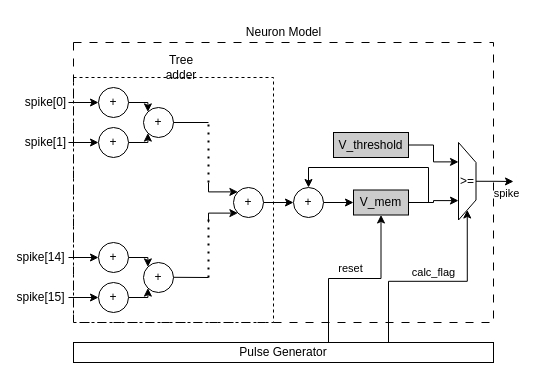
Earlier version of the draw.io diagram single_neuron_network.drawio (AurelieSa/draw_io). Source tidied: cells renumbered, new cells numbered last; positions are measured from the earlier drawing's top-left corner, leaving out a move shared by most shapes. Both pictures are drawn from the tidied source at 100%, with x=0, y=0 at pixel (18, 17).
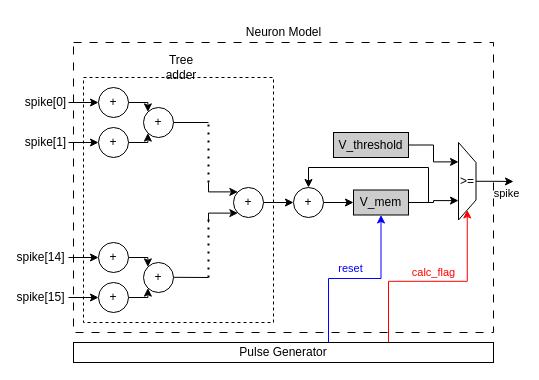
Above is the later version.

The change refers to these unchanged cells:
```xml
<mxCell id="22" value="V_mem" style="rounded=0;whiteSpace=wrap;html=1;fillColor=#CCCCCC;" parent="1" vertex="1">
  <mxGeometry x="335" y="172.5" width="55" height="25" as="geometry" />
</mxCell>
<mxCell id="34" style="shape=trapezoid;perimeter=trapezoidPerimeter;whiteSpace=wrap;html=1;fixedSize=1;rotation=90;" parent="1" vertex="1">
  <mxGeometry x="410" y="155" width="77.5" height="17.5" as="geometry" />
</mxCell>
<mxCell id="45" value="Pulse Generator" style="rounded=0;whiteSpace=wrap;html=1;" parent="1" vertex="1">
  <mxGeometry x="55" y="325" width="420" height="20" as="geometry" />
</mxCell>
```

Change to the diagram source:
```diff
@@
+    <mxCell id="46" style="rounded=0;whiteSpace=wrap;html=1;fillColor=none;dashed=1;dashPattern=8 8;" parent="1" vertex="1">
+      <mxGeometry x="55" y="25" width="420" height="290" as="geometry" />
+    </mxCell>
@@
     <mxCell id="25" style="rounded=0;whiteSpace=wrap;html=1;fillColor=none;dashed=1;" parent="1" vertex="1">
-      <mxGeometry x="55" y="60" width="200" height="245" as="geometry" />
+      <mxGeometry x="65" y="60" width="190" height="245" as="geometry" />
     </mxCell>
@@
-    <mxCell id="41" style="edgeStyle=orthogonalEdgeStyle;rounded=0;jettySize=auto;html=1;exitX=0.75;exitY=0;exitDx=0;exitDy=0;entryX=1;entryY=0.5;entryDx=0;entryDy=0;" parent="1" edge="1" source="45" target="34">
+    <mxCell id="41" style="edgeStyle=orthogonalEdgeStyle;rounded=0;jettySize=auto;html=1;exitX=0.75;exitY=0;exitDx=0;exitDy=0;entryX=1;entryY=0.5;entryDx=0;entryDy=0;strokeColor=#FF0000;" parent="1" edge="1" source="45" target="34">
       <mxGeometry relative="1" as="geometry" />
     </mxCell>
-    <mxCell id="42" value="calc_flag" style="edgeLabel;html=1;align=center;verticalAlign=middle;" parent="41" vertex="1">
+    <mxCell id="42" value="calc_flag" style="edgeLabel;html=1;align=center;verticalAlign=middle;fontColor=#FF0000;" parent="41" vertex="1">
       <mxGeometry x="0.49" y="-3" relative="1" as="geometry">
         <mxPoint x="-37" y="8" as="offset" />
       </mxGeometry>
     </mxCell>
-    <mxCell id="43" style="edgeStyle=orthogonalEdgeStyle;rounded=0;jettySize=auto;html=1;exitX=0.5;exitY=0;exitDx=0;exitDy=0;entryX=0.5;entryY=1;entryDx=0;entryDy=0;" parent="1" edge="1" source="45" target="22">
+    <mxCell id="43" style="edgeStyle=orthogonalEdgeStyle;rounded=0;jettySize=auto;html=1;exitX=0.5;exitY=0;exitDx=0;exitDy=0;entryX=0.5;entryY=1;entryDx=0;entryDy=0;strokeColor=#0000FF;" parent="1" edge="1" source="45" target="22">
       <mxGeometry relative="1" as="geometry">
         <Array as="points">
           <mxPoint x="310" y="325" />
           <mxPoint x="310" y="261" />
           <mxPoint x="363" y="261" />
         </Array>
       </mxGeometry>
     </mxCell>
-    <mxCell id="44" value="reset" style="edgeLabel;html=1;align=center;verticalAlign=middle;" parent="43" vertex="1">
+    <mxCell id="44" value="reset" style="edgeLabel;html=1;align=center;verticalAlign=middle;fontColor=#0000FF;" parent="43" vertex="1">
       <mxGeometry x="0.16" y="1" relative="1" as="geometry">
         <mxPoint x="-1" y="-10" as="offset" />
       </mxGeometry>
     </mxCell>
@@
-    <mxCell id="46" style="rounded=0;whiteSpace=wrap;html=1;fillColor=none;dashed=1;dashPattern=8 8;" parent="1" vertex="1">
-      <mxGeometry x="55" y="25" width="420" height="280" as="geometry" />
-    </mxCell>
```
